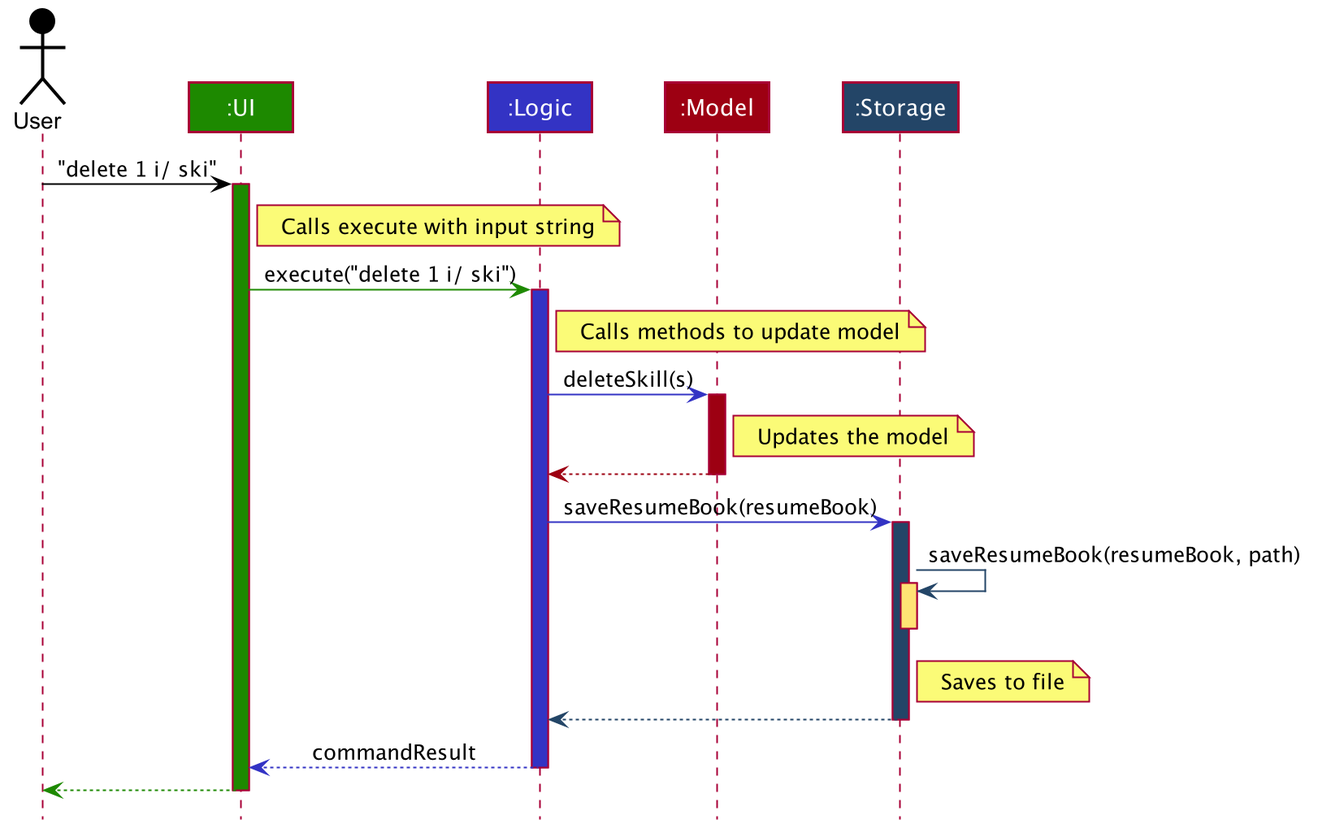
AY1920S2-CS2103T-F10-1/main keeps this PlantUML diagram as images/ArchitectureSequenceDiagram.png. Above is the earlier version. Its diagram source:
```plantuml
@startuml









skinparam BackgroundColor #DDDDDDD

skinparam Shadowing false

skinparam Class {
    FontColor #FFFFFF
    BorderThickness 1
    BorderColor #FFFFFF
    StereotypeFontColor #FFFFFF
    FontName Arial
}

skinparam Actor {
    BorderColor #000000
    Color #000000
    FontName Arial
}

skinparam Sequence {
    MessageAlign center
    BoxFontSize 15
    BoxPadding 0
    BoxFontColor #FFFFFF
    FontName Arial
}

skinparam Participant {
    FontColor #FFFFFFF
    Padding 20
}

skinparam MinClassWidth 50
skinparam ParticipantPadding 10
skinparam Shadowing false
skinparam DefaultTextAlignment center
skinparam packageStyle Rectangle

hide footbox
hide members
hide circle

Actor User as user #000000
Participant ":UI" as ui #1D8900
Participant ":Logic" as logic #3333C4
Participant ":Model" as model #9D0012
Participant ":Storage" as storage #234567

user -[#000000]> ui : "delete 1 i/ ski"
activate ui #1D8900
note right of ui: Calls execute with input string

ui -[#1D8900]> logic : execute("delete 1 i/ ski")
activate logic #3333C4
note right of logic: Calls methods to update model

logic -[#3333C4]> model : deleteSkill(s)
activate model #9D0012
note right of model: Updates the model

model -[#9D0012]-> logic
deactivate model

logic -[#3333C4]> storage : saveResumeBook(resumeBook)
activate storage #234567

storage -[#234567]> storage : saveResumeBook(resumeBook, path)
note right of storage: Saves to file
activate storage #FFE374
deactivate storage

storage --[#234567]> logic
deactivate storage

logic --[#3333C4]> ui: commandResult
deactivate logic

ui--[#1D8900]> user
deactivate ui
@enduml
```
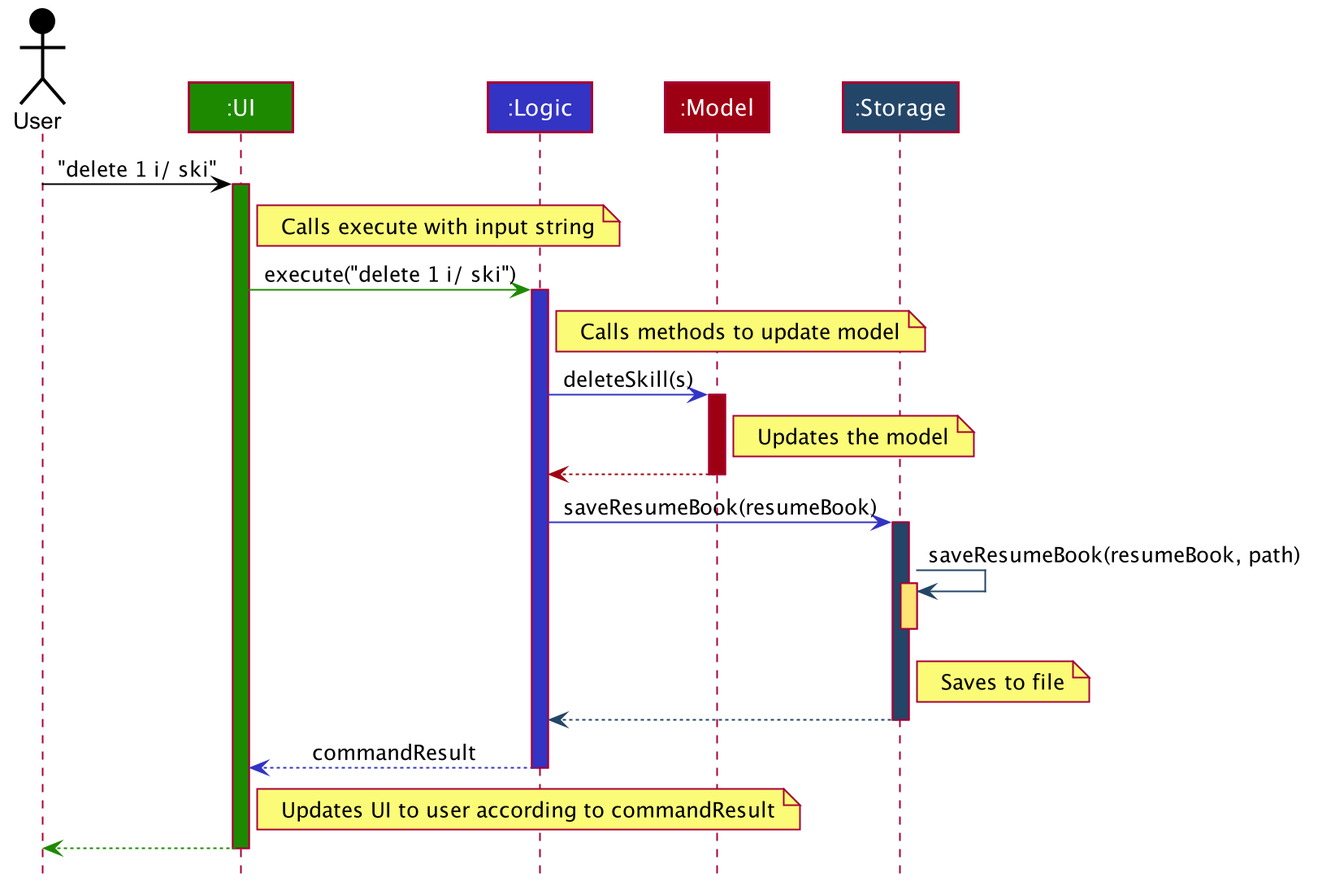
The same diagram one commit later.

Diff of the diagram source:
```diff
@@ -46,7 +46,7 @@
 skinparam packageStyle Rectangle
 
 hide footbox
-hide members
+hide methods
 hide circle
 
 Actor User as user #000000
@@ -84,6 +84,8 @@
 logic --[#3333C4]> ui: commandResult
 deactivate logic
 
+note right of ui: Updates UI to user according to commandResult
+
 ui--[#1D8900]> user
 deactivate ui
 @enduml
```
